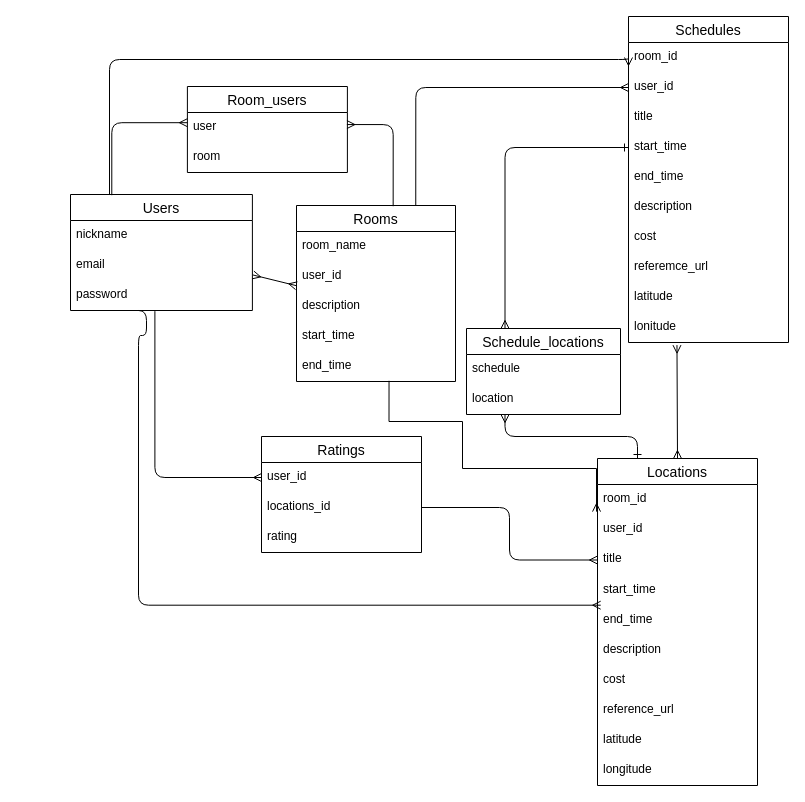
This is er2.dio from m724tmy/ourtrip, a draw.io file, before an edit. Source tidied: cells renumbered, new cells numbered last; positions are measured from the earlier drawing's top-left corner, leaving out a move shared by most shapes. Both pictures are drawn from the tidied source at 100%, with x=0, y=0 at pixel (70, 16).
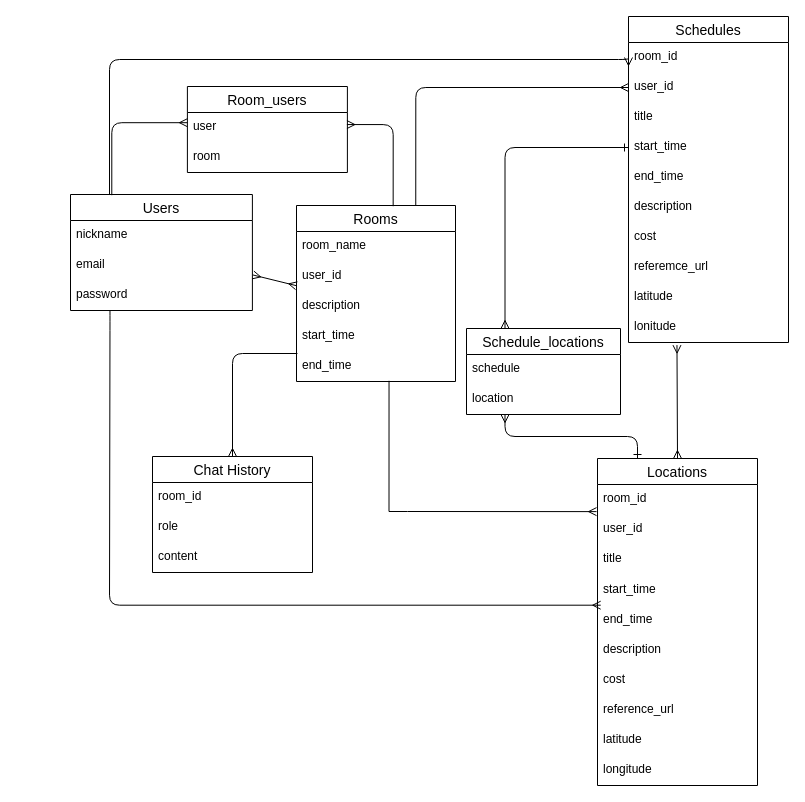
The same page after the edit.

The change refers to these unchanged cells:
```xml
<mxCell id="6" value="password" style="text;strokeColor=none;fillColor=none;spacingLeft=4;spacingRight=4;overflow=hidden;points=[[0,0.5],[1,0.5]];portConstraint=eastwest;fontSize=12;" parent="3" vertex="1">
  <mxGeometry y="86" width="181.9" height="30" as="geometry" />
</mxCell>
<mxCell id="13" value="end_time" style="text;strokeColor=none;fillColor=none;spacingLeft=4;spacingRight=4;overflow=hidden;points=[[0,0.5],[1,0.5]];portConstraint=eastwest;fontSize=12;" parent="8" vertex="1">
  <mxGeometry y="146" width="159" height="30" as="geometry" />
</mxCell>
<mxCell id="27" value="room_id" style="text;strokeColor=none;fillColor=none;spacingLeft=4;spacingRight=4;overflow=hidden;points=[[0,0.5],[1,0.5]];portConstraint=eastwest;fontSize=12;" parent="26" vertex="1">
  <mxGeometry y="26" width="160" height="30" as="geometry" />
</mxCell>
<mxCell id="29" value="title" style="text;strokeColor=none;fillColor=none;spacingLeft=4;spacingRight=4;overflow=hidden;points=[[0,0.5],[1,0.5]];portConstraint=eastwest;fontSize=12;" parent="26" vertex="1">
  <mxGeometry y="86" width="160" height="31" as="geometry" />
</mxCell>
<mxCell id="31" value="end_time" style="text;strokeColor=none;fillColor=none;spacingLeft=4;spacingRight=4;overflow=hidden;points=[[0,0.5],[1,0.5]];portConstraint=eastwest;fontSize=12;" parent="26" vertex="1">
  <mxGeometry y="147" width="160" height="30" as="geometry" />
</mxCell>
```

Diff of the diagram source:
```diff
@@
-    <mxCell id="37" value="Ratings" style="swimlane;fontStyle=0;horizontal=1;startSize=26;align=center;fontSize=14;" parent="1" vertex="1">
-      <mxGeometry x="191" y="420" width="160" height="116" as="geometry" />
-    </mxCell>
-    <mxCell id="38" value="user_id" style="text;strokeColor=none;fillColor=none;spacingLeft=4;spacingRight=4;overflow=hidden;points=[[0,0.5],[1,0.5]];portConstraint=eastwest;fontSize=12;" parent="37" vertex="1">
-      <mxGeometry y="26" width="160" height="30" as="geometry" />
-    </mxCell>
-    <mxCell id="39" value="locations_id" style="text;strokeColor=none;fillColor=none;spacingLeft=4;spacingRight=4;overflow=hidden;points=[[0,0.5],[1,0.5]];portConstraint=eastwest;fontSize=12;" parent="37" vertex="1">
-      <mxGeometry y="56" width="160" height="30" as="geometry" />
-    </mxCell>
-    <mxCell id="40" value="rating" style="text;strokeColor=none;fillColor=none;spacingLeft=4;spacingRight=4;overflow=hidden;fontSize=12;" parent="37" vertex="1">
-      <mxGeometry y="86" width="160" height="30" as="geometry" />
-    </mxCell>
-    <mxCell id="41" style="edgeStyle=orthogonalEdgeStyle;fontSize=12;html=1;endArrow=ERmany;endFill=0;exitX=0.464;exitY=1.021;exitDx=0;exitDy=0;exitPerimeter=0;" parent="1" edge="1" source="6" target="38">
-      <mxGeometry relative="1" as="geometry" />
-    </mxCell>
@@
-    <mxCell id="43" style="edgeStyle=orthogonalEdgeStyle;rounded=1;html=1;exitX=1;exitY=0.5;exitDx=0;exitDy=0;endArrow=ERmany;endFill=0;entryX=0;entryY=0.5;entryDx=0;entryDy=0;" parent="1" edge="1" source="39" target="29">
-      <mxGeometry relative="1" as="geometry" />
-    </mxCell>
@@
     <mxCell id="56" style="endArrow=ERmany;html=1;rounded=0;edgeStyle=orthogonalEdgeStyle;endFill=0;entryX=-0.006;entryY=0.904;entryDx=0;entryDy=0;entryPerimeter=0;exitX=0.582;exitY=0.977;exitDx=0;exitDy=0;exitPerimeter=0;" parent="1" edge="1" source="13" target="27">
       <mxGeometry relative="1" as="geometry">
         <Array as="points">
-          <mxPoint x="319" y="405" />
-          <mxPoint x="392" y="405" />
-          <mxPoint x="392" y="452" />
+          <mxPoint x="319" y="495" />
+          <mxPoint x="337" y="495" />
         </Array>
       </mxGeometry>
     </mxCell>
-    <mxCell id="57" style="edgeStyle=orthogonalEdgeStyle;html=1;endArrow=ERmany;endFill=0;exitX=0.332;exitY=1;exitDx=0;exitDy=0;exitPerimeter=0;entryX=0.02;entryY=-0.01;entryDx=0;entryDy=0;entryPerimeter=0;" parent="1" edge="1" source="6" target="31">
+    <mxCell id="57" style="edgeStyle=orthogonalEdgeStyle;html=1;endArrow=ERmany;endFill=0;entryX=0.02;entryY=-0.01;entryDx=0;entryDy=0;entryPerimeter=0;exitX=0.217;exitY=1.001;exitDx=0;exitDy=0;exitPerimeter=0;" parent="1" edge="1" source="6" target="31">
       <mxGeometry relative="1" as="geometry">
         <Array as="points">
-          <mxPoint x="76" y="294" />
-          <mxPoint x="76" y="319" />
-          <mxPoint x="68" y="319" />
-          <mxPoint x="68" y="589" />
+          <mxPoint x="40" y="304" />
+          <mxPoint x="39" y="304" />
+          <mxPoint x="39" y="589" />
         </Array>
       </mxGeometry>
     </mxCell>
+    <mxCell id="58" value="Chat History" style="swimlane;fontStyle=0;horizontal=1;startSize=26;align=center;fontSize=14;" parent="1" vertex="1">
+      <mxGeometry x="82" y="440" width="160" height="116" as="geometry" />
+    </mxCell>
+    <mxCell id="59" value="room_id " style="text;strokeColor=none;fillColor=none;spacingLeft=4;spacingRight=4;overflow=hidden;fontSize=12;" parent="58" vertex="1">
+      <mxGeometry y="26" width="160" height="30" as="geometry" />
+    </mxCell>
+    <mxCell id="60" value="role" style="text;strokeColor=none;fillColor=none;spacingLeft=4;spacingRight=4;overflow=hidden;fontSize=12;" parent="58" vertex="1">
+      <mxGeometry y="56" width="160" height="30" as="geometry" />
+    </mxCell>
+    <mxCell id="61" value="content" style="text;strokeColor=none;fillColor=none;spacingLeft=4;spacingRight=4;overflow=hidden;fontSize=12;" parent="58" vertex="1">
+      <mxGeometry y="86" width="160" height="30" as="geometry" />
+    </mxCell>
+    <mxCell id="62" style="edgeStyle=entityRelationEdgeStyle;fontSize=12;html=1;endArrow=ERmany;strokeColor=none;" parent="1" edge="1">
+      <mxGeometry relative="1" as="geometry">
+        <mxPoint x="126" y="342" as="sourcePoint" />
+        <mxPoint x="-24" y="637" as="targetPoint" />
+      </mxGeometry>
+    </mxCell>
+    <mxCell id="63" style="edgeStyle=orthogonalEdgeStyle;fontSize=12;html=1;endArrow=ERmany;exitX=0.006;exitY=0.067;exitDx=0;exitDy=0;exitPerimeter=0;" parent="1" edge="1" source="13" target="58">
+      <mxGeometry relative="1" as="geometry" />
+    </mxCell>
```
